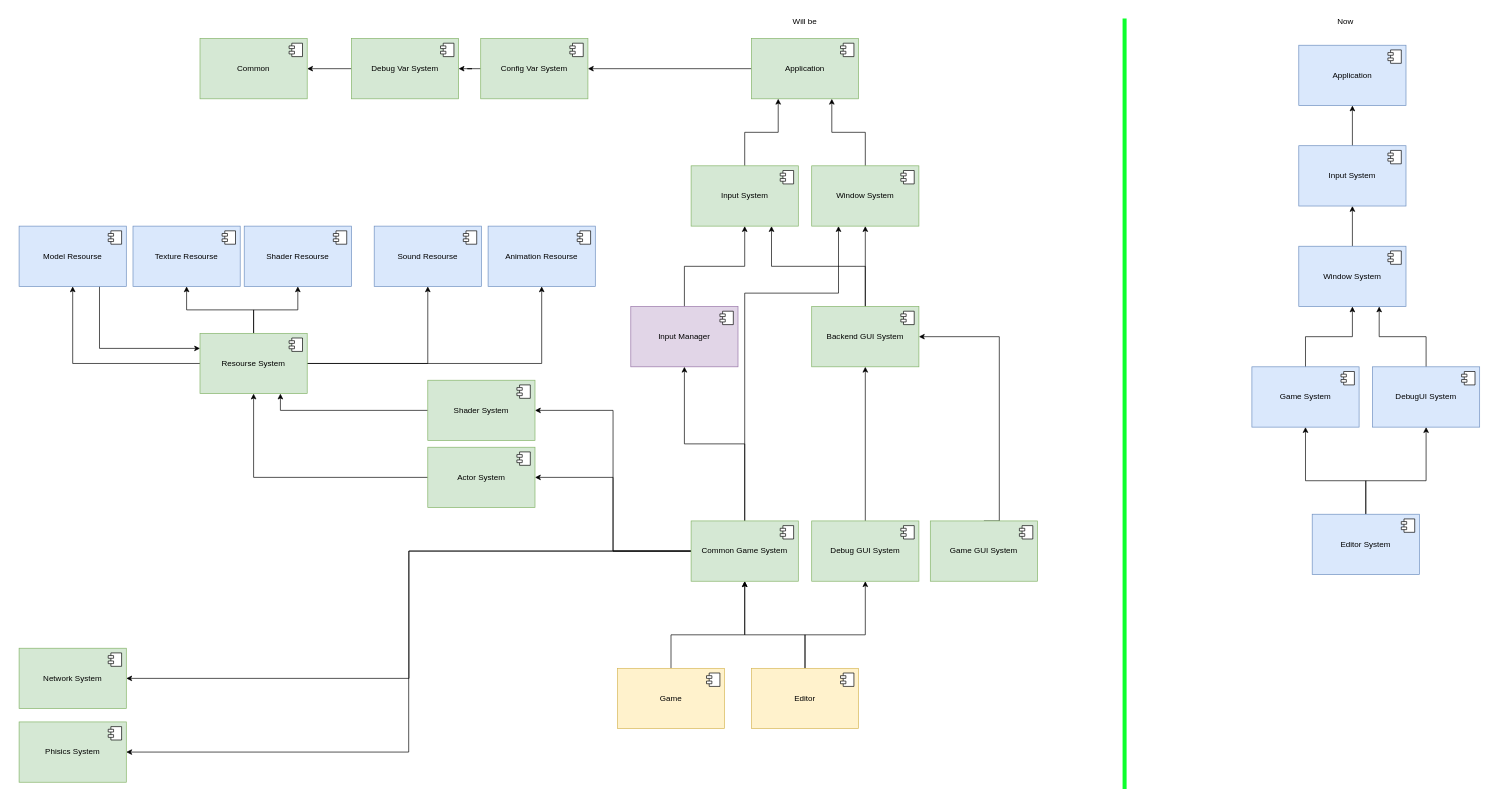
Above: page "Engine's Components" (1 of 3) of engine_diagram.drawio in Prorok1015/3D_Snake_OpenGL (draw.io), before the change. Source tidied: cells renumbered, new cells numbered last; positions are measured from the earlier drawing's top-left corner, leaving out a move shared by most shapes. Both pictures are drawn from the tidied source at 67%, with x=0, y=0 at pixel (19, 11).
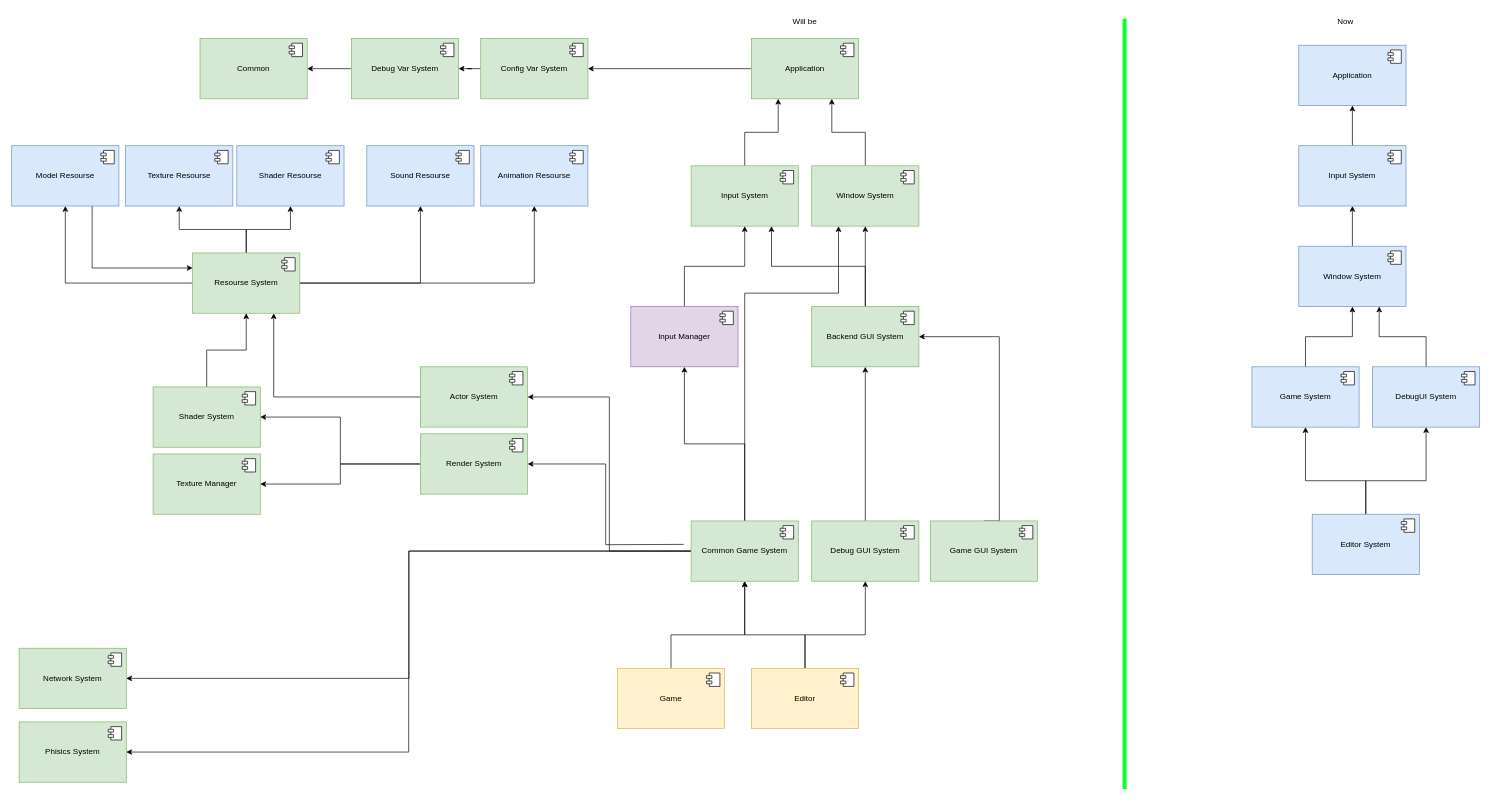
The same diagram, later.

The change refers to these unchanged cells:
```xml
<mxCell id="32" value="Common Game System" style="html=1;whiteSpace=wrap;fillColor=#d5e8d4;strokeColor=#82b366;direction=west;" parent="1" vertex="1">
  <mxGeometry x="1003" y="760" width="160" height="90" as="geometry" />
</mxCell>
```

What changed in the source:
```diff
@@
-    <mxCell id="31" style="edgeStyle=orthogonalEdgeStyle;rounded=0;jettySize=auto;html=1;entryX=0;entryY=0.5;entryDx=0;entryDy=0;" parent="1" edge="1" source="32" target="94">
-      <mxGeometry relative="1" as="geometry" />
-    </mxCell>
+    <mxCell id="96" style="edgeStyle=orthogonalEdgeStyle;rounded=0;jettySize=auto;html=1;entryX=0;entryY=0.5;entryDx=0;entryDy=0;" parent="1" edge="1" target="99">
+      <mxGeometry relative="1" as="geometry">
+        <mxPoint x="992" y="795" as="sourcePoint" />
+      </mxGeometry>
+    </mxCell>
@@
     <mxCell id="53" value="Resourse System" style="html=1;whiteSpace=wrap;fillColor=#d5e8d4;strokeColor=#82b366;direction=west;" parent="1" vertex="1">
-      <mxGeometry x="270" y="480" width="160" height="90" as="geometry" />
+      <mxGeometry x="259" y="360" width="160" height="90" as="geometry" />
     </mxCell>
@@
     <mxCell id="55" value="Shader Resourse" style="html=1;whiteSpace=wrap;fillColor=#dae8fc;strokeColor=#6c8ebf;direction=west;" parent="1" vertex="1">
-      <mxGeometry x="336" y="320" width="160" height="90" as="geometry" />
+      <mxGeometry x="325" y="200" width="160" height="90" as="geometry" />
     </mxCell>
@@
     <mxCell id="57" value="Sound Resourse" style="html=1;whiteSpace=wrap;fillColor=#dae8fc;strokeColor=#6c8ebf;direction=west;" parent="1" vertex="1">
-      <mxGeometry x="530" y="320" width="160" height="90" as="geometry" />
+      <mxGeometry x="519" y="200" width="160" height="90" as="geometry" />
     </mxCell>
@@
     <mxCell id="59" value="Animation Resourse" style="html=1;whiteSpace=wrap;fillColor=#dae8fc;strokeColor=#6c8ebf;direction=west;" parent="1" vertex="1">
-      <mxGeometry x="700" y="320" width="160" height="90" as="geometry" />
+      <mxGeometry x="689" y="200" width="160" height="90" as="geometry" />
     </mxCell>
@@
     <mxCell id="85" value="Texture Resourse" style="html=1;whiteSpace=wrap;fillColor=#dae8fc;strokeColor=#6c8ebf;direction=west;" parent="1" vertex="1">
-      <mxGeometry x="170" y="320" width="160" height="90" as="geometry" />
+      <mxGeometry x="159" y="200" width="160" height="90" as="geometry" />
     </mxCell>
@@
     <mxCell id="88" value="Model Resourse" style="html=1;whiteSpace=wrap;fillColor=#dae8fc;strokeColor=#6c8ebf;direction=west;" parent="1" vertex="1">
-      <mxGeometry y="320" width="160" height="90" as="geometry" />
+      <mxGeometry x="-11" y="200" width="160" height="90" as="geometry" />
     </mxCell>
@@
     <mxCell id="90" style="edgeStyle=orthogonalEdgeStyle;rounded=0;jettySize=auto;html=1;" parent="1" edge="1" source="91" target="53">
-      <mxGeometry relative="1" as="geometry" />
+      <mxGeometry relative="1" as="geometry">
+        <Array as="points">
+          <mxPoint x="380" y="575" />
+        </Array>
+      </mxGeometry>
     </mxCell>
     <mxCell id="91" value="Actor System" style="html=1;whiteSpace=wrap;fillColor=#d5e8d4;strokeColor=#82b366;direction=west;" parent="1" vertex="1">
-      <mxGeometry x="610" y="650" width="160" height="90" as="geometry" />
+      <mxGeometry x="599" y="530" width="160" height="90" as="geometry" />
     </mxCell>
@@
-    <mxCell id="93" style="edgeStyle=orthogonalEdgeStyle;rounded=0;jettySize=auto;html=1;entryX=0.25;entryY=0;entryDx=0;entryDy=0;" parent="1" edge="1" source="94" target="53">
+    <mxCell id="93" style="edgeStyle=orthogonalEdgeStyle;rounded=0;jettySize=auto;html=1;entryX=0.5;entryY=0;entryDx=0;entryDy=0;" parent="1" edge="1" source="94" target="53">
       <mxGeometry relative="1" as="geometry" />
     </mxCell>
     <mxCell id="94" value="Shader System" style="html=1;whiteSpace=wrap;fillColor=#d5e8d4;strokeColor=#82b366;direction=west;" parent="1" vertex="1">
-      <mxGeometry x="610" y="550" width="160" height="90" as="geometry" />
+      <mxGeometry x="200" y="560" width="160" height="90" as="geometry" />
     </mxCell>
@@
+    <mxCell id="97" style="edgeStyle=orthogonalEdgeStyle;rounded=0;jettySize=auto;html=1;" parent="1" edge="1" source="99" target="101">
+      <mxGeometry relative="1" as="geometry" />
+    </mxCell>
+    <mxCell id="98" style="edgeStyle=orthogonalEdgeStyle;rounded=0;jettySize=auto;html=1;" parent="1" edge="1" source="99" target="94">
+      <mxGeometry relative="1" as="geometry" />
+    </mxCell>
+    <mxCell id="99" value="Render System" style="html=1;whiteSpace=wrap;fillColor=#d5e8d4;strokeColor=#82b366;direction=west;" parent="1" vertex="1">
+      <mxGeometry x="599" y="630" width="160" height="90" as="geometry" />
+    </mxCell>
+    <mxCell id="100" style="shape=module;jettyWidth=8;jettyHeight=4;" parent="99" vertex="1">
+      <mxGeometry x="1" width="20" height="20" relative="1" as="geometry">
+        <mxPoint x="-27" y="7" as="offset" />
+      </mxGeometry>
+    </mxCell>
+    <mxCell id="101" value="Texture Manager" style="html=1;whiteSpace=wrap;fillColor=#d5e8d4;strokeColor=#82b366;direction=west;" parent="1" vertex="1">
+      <mxGeometry x="200" y="660" width="160" height="90" as="geometry" />
+    </mxCell>
+    <mxCell id="102" style="shape=module;jettyWidth=8;jettyHeight=4;" parent="101" vertex="1">
+      <mxGeometry x="1" width="20" height="20" relative="1" as="geometry">
+        <mxPoint x="-27" y="7" as="offset" />
+      </mxGeometry>
+    </mxCell>
```
